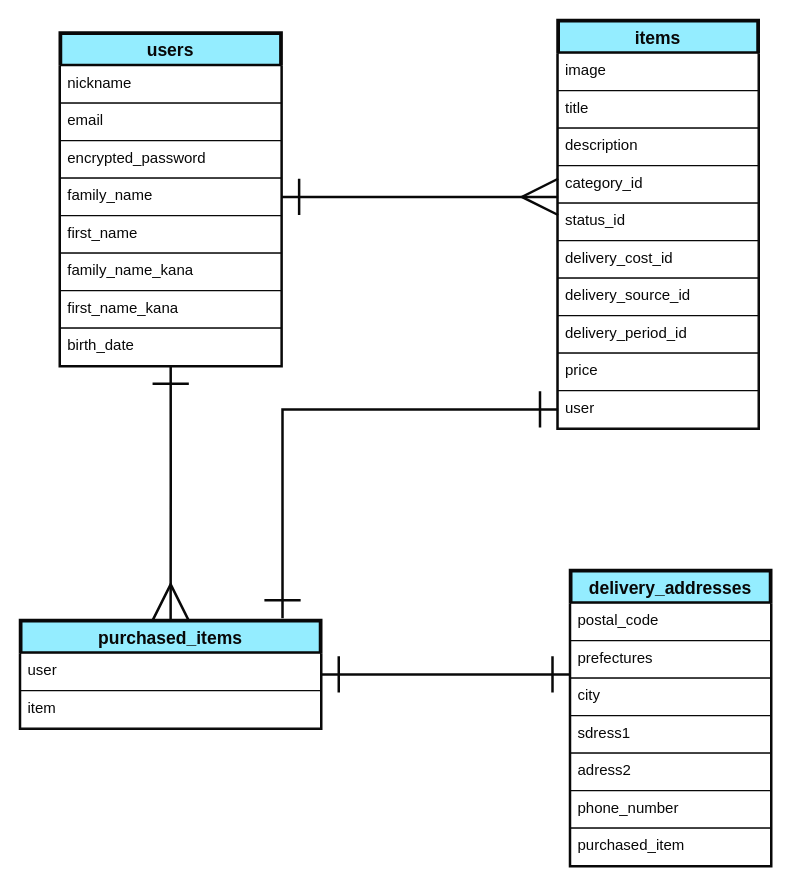
The draw.io diagram furima-34510.dio in sk918/furima-34510, before the edit. Source tidied: cells renumbered, new cells numbered last; positions are measured from the earlier drawing's top-left corner, leaving out a move shared by most shapes. Both pictures are drawn from the tidied source at 125%, with x=0, y=0 at pixel (20, 20).
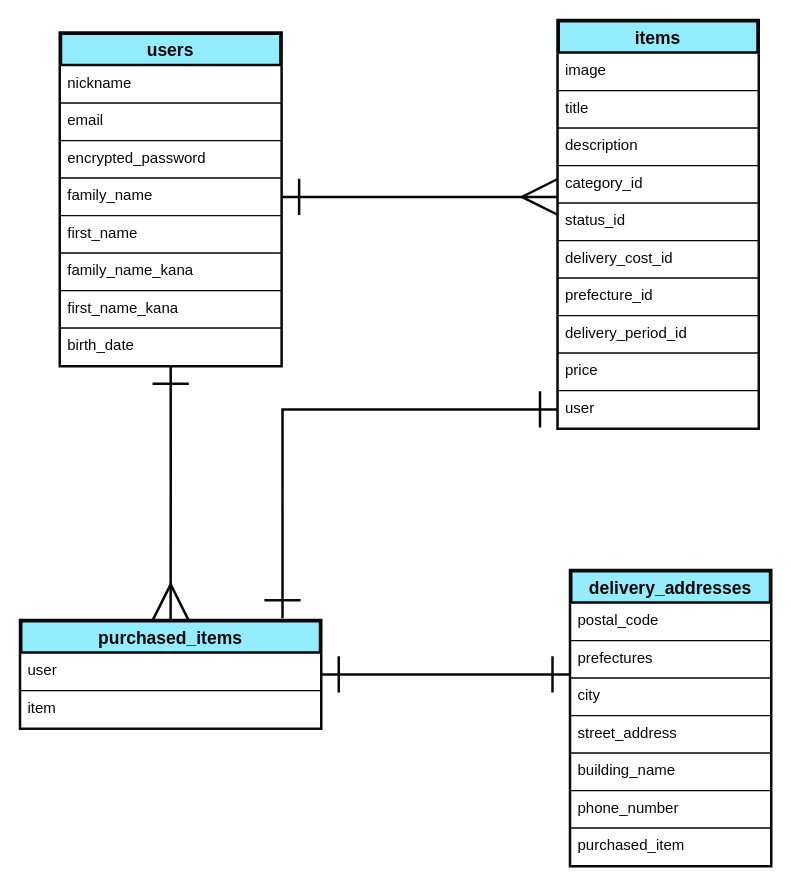
The same diagram, later.

Commit message (it also covers changes not shown here):
レビュー修正③

Unchanged cells that the change refers to:
```xml
<mxCell id="6" value="items" style="swimlane;fontStyle=1;horizontal=1;startSize=26;align=center;fontSize=14;strokeWidth=3;strokeColor=#080808;fontColor=#080808;fillColor=#94EDFF;" parent="1" vertex="1">
  <mxGeometry x="430" width="160" height="326" as="geometry" />
</mxCell>
<mxCell id="27" value="delivery_addresses" style="swimlane;fontStyle=1;horizontal=1;startSize=26;align=center;fontSize=14;labelBackgroundColor=none;strokeColor=#080808;strokeWidth=3;fillColor=#94EDFF;fontColor=#080808;" parent="1" vertex="1">
  <mxGeometry x="440" y="440" width="160" height="236" as="geometry" />
</mxCell>
```

The edit, as a diff of the source:
```diff
@@
-    <mxCell id="13" value="delivery_source_id" style="text;spacingLeft=4;spacingRight=4;overflow=hidden;fontSize=12;fontColor=#080808;strokeColor=#080808;fillColor=#FFFFFF;" parent="6" vertex="1">
+    <mxCell id="13" value="prefecture_id" style="text;spacingLeft=4;spacingRight=4;overflow=hidden;fontSize=12;fontColor=#080808;strokeColor=#080808;fillColor=#FFFFFF;" parent="6" vertex="1">
       <mxGeometry y="206" width="160" height="30" as="geometry" />
     </mxCell>
@@
-    <mxCell id="31" value="sdress1" style="text;spacingLeft=4;spacingRight=4;overflow=hidden;fontSize=12;fontColor=#080808;strokeColor=#080808;fillColor=#FFFFFF;" parent="27" vertex="1">
+    <mxCell id="31" value="street_address" style="text;spacingLeft=4;spacingRight=4;overflow=hidden;fontSize=12;fontColor=#080808;strokeColor=#080808;fillColor=#FFFFFF;" parent="27" vertex="1">
       <mxGeometry y="116" width="160" height="30" as="geometry" />
     </mxCell>
-    <mxCell id="32" value="adress2" style="text;spacingLeft=4;spacingRight=4;overflow=hidden;fontSize=12;fontColor=#080808;strokeColor=#080808;fillColor=#FFFFFF;" parent="27" vertex="1">
+    <mxCell id="32" value="building_name" style="text;spacingLeft=4;spacingRight=4;overflow=hidden;fontSize=12;fontColor=#080808;strokeColor=#080808;fillColor=#FFFFFF;" parent="27" vertex="1">
       <mxGeometry y="146" width="160" height="30" as="geometry" />
     </mxCell>
```
